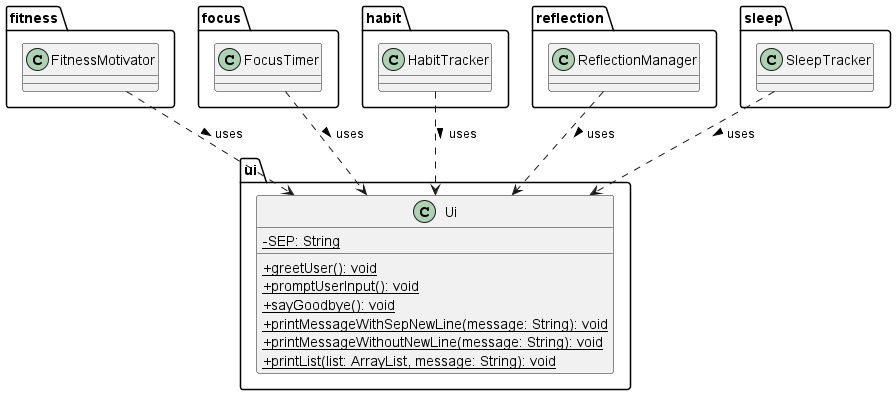
The PlantUML diagram docs/diagrams/Ui/UiClassDiagram.png in AY2324S2-CS2113-T11-1/tp, before a commit.
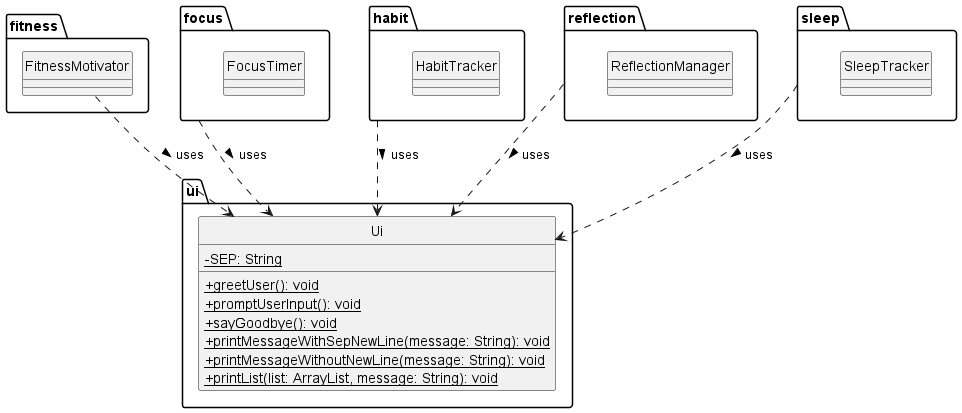
The same diagram one commit later.

Commit message:
Update Fitness And UI Sequence Diagrams

Change to the diagram source:
```diff
@@ -1,6 +1,7 @@
 @startuml
 
 skinparam classAttributeIconSize 0
+hide circle
 
 package ui {
     class Ui {
@@ -40,9 +41,9 @@
 }
 
 FitnessMotivator ..> Ui : uses >
-FocusTimer ..> Ui : uses >
-HabitTracker ..> Ui : uses >
-ReflectionManager ..> Ui : uses >
-SleepTracker ..> Ui : uses >
+focus ..> Ui : uses >
+habit ..> Ui : uses >
+reflection ..> Ui : uses >
+sleep ..> Ui : uses >
 
 @enduml
```
